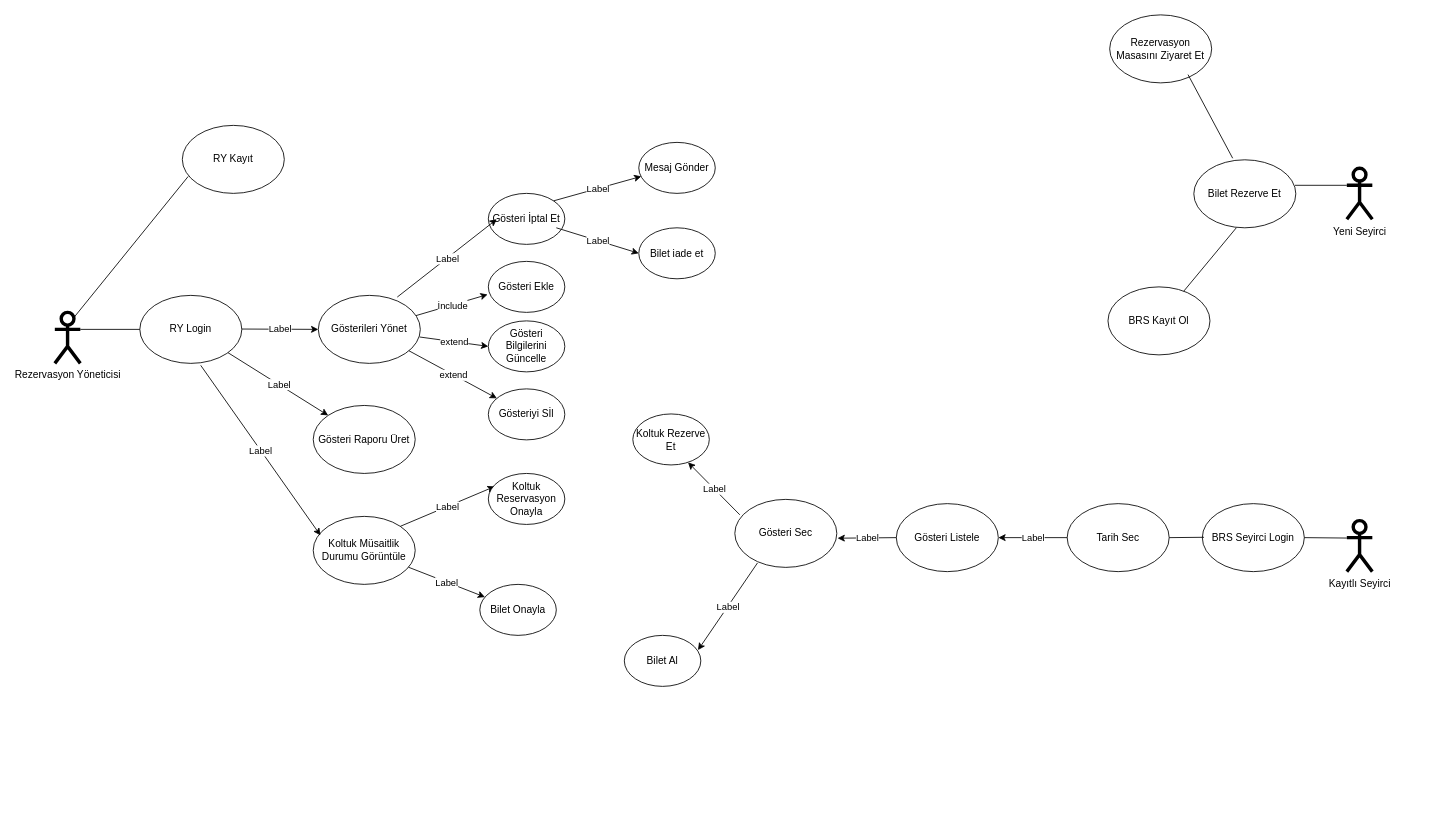
Before: TBS USE_CASE_DIAGRAM.drawio in hhasanguclu/use_case_diagram, a draw.io diagram. Source tidied: cells renumbered, new cells numbered last; positions are measured from the earlier drawing's top-left corner, leaving out a move shared by most shapes. Both pictures are drawn from the tidied source at 85%, with x=0, y=0 at pixel (54, 14).
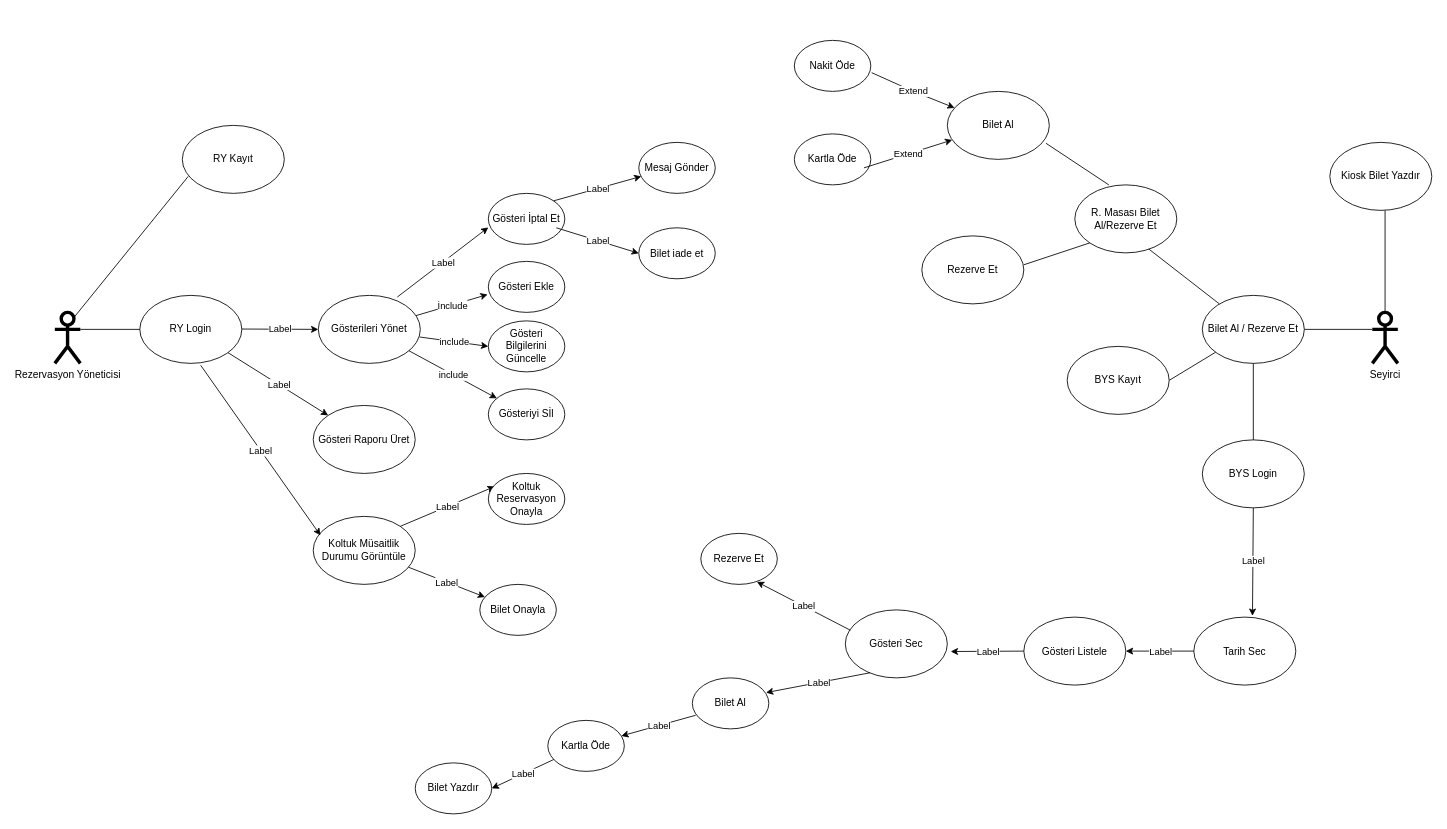
The same page after the edit.

The change refers to these unchanged cells:
```xml
<mxCell id="6" value="Gösterileri Yönet" style="ellipse;whiteSpace=wrap;html=1;" parent="1" vertex="1">
  <mxGeometry x="310" y="330" width="120" height="80" as="geometry" />
</mxCell>
<mxCell id="13" style="endArrow=classic;html=1;" parent="1" edge="1" source="6" target="9">
  <mxGeometry relative="1" as="geometry" />
</mxCell>
<mxCell id="15" style="endArrow=classic;html=1;entryX=0;entryY=0.5;entryDx=0;entryDy=0;exitX=0.993;exitY=0.612;exitDx=0;exitDy=0;exitPerimeter=0;" parent="1" edge="1" source="6" target="8">
  <mxGeometry relative="1" as="geometry" />
</mxCell>
```

What changed in the source:
```diff
@@
-    <mxCell id="14" value="extend" style="edgeLabel;html=1;align=center;verticalAlign=middle;" parent="13" vertex="1">
+    <mxCell id="14" value="include" style="edgeLabel;html=1;align=center;verticalAlign=middle;" parent="13" vertex="1">
       <mxGeometry relative="1" as="geometry" />
     </mxCell>
@@
-    <mxCell id="16" value="extend" style="edgeLabel;html=1;align=center;verticalAlign=middle;" parent="15" vertex="1">
+    <mxCell id="16" value="include" style="edgeLabel;html=1;align=center;verticalAlign=middle;" parent="15" vertex="1">
       <mxGeometry relative="1" as="geometry" />
     </mxCell>
@@
-    <mxCell id="21" value="Yeni Seyirci" style="shape=umlActor;verticalLabelPosition=bottom;verticalAlign=top;html=1;outlineConnect=0;strokeWidth=4;" parent="1" vertex="1">
-      <mxGeometry x="1520" y="180.5" width="30" height="60" as="geometry" />
+    <mxCell id="21" value="Seyirci" style="shape=umlActor;verticalLabelPosition=bottom;verticalAlign=top;html=1;outlineConnect=0;strokeWidth=4;" parent="1" vertex="1">
+      <mxGeometry x="1550" y="350" width="30" height="60" as="geometry" />
     </mxCell>
@@
-    <mxCell id="32" value="Bilet Rezerve Et" style="ellipse;whiteSpace=wrap;html=1;" parent="1" vertex="1">
-      <mxGeometry x="1340" y="170.5" width="120" height="80" as="geometry" />
-    </mxCell>
-    <mxCell id="33" style="endArrow=none;html=1;exitX=0.992;exitY=0.375;exitDx=0;exitDy=0;exitPerimeter=0;" parent="1" edge="1" source="32">
-      <mxGeometry relative="1" as="geometry">
-        <mxPoint x="1520" y="200.5" as="targetPoint" />
-      </mxGeometry>
-    </mxCell>
-    <mxCell id="34" value="Rezervasyon Masasını Ziyaret Et" style="ellipse;whiteSpace=wrap;html=1;" parent="1" vertex="1">
-      <mxGeometry x="1241" width="120" height="80" as="geometry" />
-    </mxCell>
-    <mxCell id="35" value="BRS Kayıt Ol" style="ellipse;whiteSpace=wrap;html=1;" parent="1" vertex="1">
-      <mxGeometry x="1239" y="320" width="120" height="80" as="geometry" />
-    </mxCell>
-    <mxCell id="36" style="endArrow=none;html=1;entryX=0.381;entryY=-0.023;entryDx=0;entryDy=0;entryPerimeter=0;exitX=0.943;exitY=0.748;exitDx=0;exitDy=0;exitPerimeter=0;" parent="1" edge="1" target="32">
-      <mxGeometry relative="1" as="geometry">
-        <mxPoint x="1333.2" y="70.3" as="sourcePoint" />
-      </mxGeometry>
-    </mxCell>
-    <mxCell id="37" style="endArrow=none;html=1;" parent="1" edge="1" source="35">
-      <mxGeometry relative="1" as="geometry">
-        <mxPoint x="1390" y="250.5" as="targetPoint" />
-      </mxGeometry>
-    </mxCell>
-    <mxCell id="38" value="Kayıtlı Seyirci" style="shape=umlActor;verticalLabelPosition=bottom;verticalAlign=top;html=1;strokeWidth=4;" parent="1" vertex="1">
-      <mxGeometry x="1520" y="595" width="30" height="60" as="geometry" />
-    </mxCell>
-    <mxCell id="39" value="BRS Seyirci Login" style="ellipse;whiteSpace=wrap;html=1;" parent="1" vertex="1">
-      <mxGeometry x="1350" y="575" width="120" height="80" as="geometry" />
-    </mxCell>
-    <mxCell id="40" style="endArrow=none;html=1;exitX=1;exitY=0.5;exitDx=0;exitDy=0;" parent="1" edge="1">
-      <mxGeometry relative="1" as="geometry">
-        <mxPoint x="1470" y="615" as="sourcePoint" />
-        <mxPoint x="1520" y="615.5" as="targetPoint" />
-      </mxGeometry>
-    </mxCell>
     <mxCell id="41" value="Gösteri Sec" style="ellipse;whiteSpace=wrap;html=1;" parent="1" vertex="1">
-      <mxGeometry x="800" y="570" width="120" height="80" as="geometry" />
+      <mxGeometry x="930" y="700" width="120" height="80" as="geometry" />
     </mxCell>
-    <mxCell id="42" value="Koltuk Rezerve Et" style="ellipse;whiteSpace=wrap;html=1;" parent="1" vertex="1">
-      <mxGeometry x="680" y="469.5" width="90" height="60" as="geometry" />
+    <mxCell id="42" value="Rezerve Et" style="ellipse;whiteSpace=wrap;html=1;" parent="1" vertex="1">
+      <mxGeometry x="760" y="610" width="90" height="60" as="geometry" />
     </mxCell>
     <mxCell id="43" value="Bilet Al" style="ellipse;whiteSpace=wrap;html=1;" parent="1" vertex="1">
-      <mxGeometry x="670" y="730" width="90" height="60" as="geometry" />
+      <mxGeometry x="750" y="780" width="90" height="60" as="geometry" />
     </mxCell>
     <mxCell id="44" value="Tarih Sec" style="ellipse;whiteSpace=wrap;html=1;" parent="1" vertex="1">
-      <mxGeometry x="1191" y="575" width="120" height="80" as="geometry" />
+      <mxGeometry x="1340" y="708.5" width="120" height="80" as="geometry" />
     </mxCell>
     <mxCell id="45" value="Gösteri Listele" style="ellipse;whiteSpace=wrap;html=1;" parent="1" vertex="1">
-      <mxGeometry x="990" y="575" width="120" height="80" as="geometry" />
+      <mxGeometry x="1140" y="708.5" width="120" height="80" as="geometry" />
     </mxCell>
-    <mxCell id="46" style="endArrow=none;html=1;exitX=1;exitY=0.5;exitDx=0;exitDy=0;" parent="1" edge="1" source="44">
-      <mxGeometry relative="1" as="geometry">
-        <mxPoint x="1352" y="614.6" as="targetPoint" />
-      </mxGeometry>
-    </mxCell>
@@
-    <mxCell id="49" style="endArrow=classic;html=1;exitX=0;exitY=0.5;exitDx=0;exitDy=0;entryX=1.007;entryY=0.571;entryDx=0;entryDy=0;entryPerimeter=0;" parent="1" edge="1" source="45" target="41">
-      <mxGeometry relative="1" as="geometry" />
+    <mxCell id="49" style="endArrow=classic;html=1;exitX=0;exitY=0.5;exitDx=0;exitDy=0;" parent="1" edge="1" source="45">
+      <mxGeometry relative="1" as="geometry">
+        <mxPoint x="1054" y="749" as="targetPoint" />
+      </mxGeometry>
     </mxCell>
@@
-    <mxCell id="51" style="endArrow=classic;html=1;exitX=0.049;exitY=0.227;exitDx=0;exitDy=0;exitPerimeter=0;entryX=0.722;entryY=0.95;entryDx=0;entryDy=0;entryPerimeter=0;" parent="1" edge="1" source="41" target="42">
+    <mxCell id="51" style="endArrow=classic;html=1;exitX=0.05;exitY=0.3;exitDx=0;exitDy=0;exitPerimeter=0;entryX=0.733;entryY=0.95;entryDx=0;entryDy=0;entryPerimeter=0;" parent="1" edge="1" source="41" target="42">
       <mxGeometry relative="1" as="geometry" />
     </mxCell>
@@
-    <mxCell id="53" style="endArrow=classic;html=1;exitX=0.222;exitY=0.935;exitDx=0;exitDy=0;exitPerimeter=0;entryX=0.963;entryY=0.289;entryDx=0;entryDy=0;entryPerimeter=0;" parent="1" edge="1" source="41" target="43">
+    <mxCell id="53" style="endArrow=classic;html=1;exitX=0.242;exitY=0.925;exitDx=0;exitDy=0;exitPerimeter=0;entryX=0.963;entryY=0.289;entryDx=0;entryDy=0;entryPerimeter=0;" parent="1" edge="1" source="41" target="43">
       <mxGeometry relative="1" as="geometry" />
     </mxCell>
@@
-    <mxCell id="58" style="endArrow=classic;html=1;entryX=0;entryY=0.5;entryDx=0;entryDy=0;exitX=0.774;exitY=0.025;exitDx=0;exitDy=0;exitPerimeter=0;" parent="1" edge="1" source="6">
+    <mxCell id="58" style="endArrow=classic;html=1;exitX=0.774;exitY=0.025;exitDx=0;exitDy=0;exitPerimeter=0;" parent="1" edge="1" source="6">
       <mxGeometry relative="1" as="geometry">
-        <mxPoint x="520" y="240.4" as="targetPoint" />
+        <mxPoint x="510" y="250" as="targetPoint" />
       </mxGeometry>
     </mxCell>
@@
+    <mxCell id="64" style="endArrow=none;html=1;" parent="1" edge="1">
+      <mxGeometry relative="1" as="geometry">
+        <mxPoint x="1460" y="370" as="sourcePoint" />
+        <mxPoint x="1550" y="370" as="targetPoint" />
+      </mxGeometry>
+    </mxCell>
+    <mxCell id="65" value="Bilet Al / Rezerve Et" style="ellipse;whiteSpace=wrap;html=1;" parent="1" vertex="1">
+      <mxGeometry x="1350" y="330" width="120" height="80" as="geometry" />
+    </mxCell>
+    <mxCell id="66" style="endArrow=none;html=1;" parent="1" edge="1">
+      <mxGeometry relative="1" as="geometry">
+        <mxPoint x="1280" y="270" as="sourcePoint" />
+        <mxPoint x="1370" y="340" as="targetPoint" />
+      </mxGeometry>
+    </mxCell>
+    <mxCell id="67" style="endArrow=none;html=1;exitX=0.967;exitY=0.763;exitDx=0;exitDy=0;exitPerimeter=0;" parent="1" edge="1" source="72">
+      <mxGeometry relative="1" as="geometry">
+        <mxPoint x="1240" y="200" as="targetPoint" />
+      </mxGeometry>
+    </mxCell>
+    <mxCell id="68" style="endArrow=none;html=1;exitX=1;exitY=0.5;exitDx=0;exitDy=0;" parent="1" edge="1" source="75" target="65">
+      <mxGeometry relative="1" as="geometry" />
+    </mxCell>
+    <mxCell id="69" value="R. Masası Bilet Al/Rezerve Et" style="ellipse;whiteSpace=wrap;html=1;" parent="1" vertex="1">
+      <mxGeometry x="1200" y="200" width="120" height="80" as="geometry" />
+    </mxCell>
+    <mxCell id="70" style="endArrow=none;html=1;entryX=0;entryY=1;entryDx=0;entryDy=0;exitX=1;exitY=0.425;exitDx=0;exitDy=0;exitPerimeter=0;" parent="1" edge="1" source="71" target="69">
+      <mxGeometry relative="1" as="geometry" />
+    </mxCell>
+    <mxCell id="71" value="Rezerve Et" style="ellipse;whiteSpace=wrap;html=1;" parent="1" vertex="1">
+      <mxGeometry x="1020" y="260" width="120" height="80" as="geometry" />
+    </mxCell>
+    <mxCell id="72" value="Bilet Al" style="ellipse;whiteSpace=wrap;html=1;" parent="1" vertex="1">
+      <mxGeometry x="1050" y="90" width="120" height="80" as="geometry" />
+    </mxCell>
+    <mxCell id="73" value="Nakit Öde" style="ellipse;whiteSpace=wrap;html=1;" parent="1" vertex="1">
+      <mxGeometry x="870" y="30" width="90" height="60" as="geometry" />
+    </mxCell>
+    <mxCell id="74" value="Kartla Öde" style="ellipse;whiteSpace=wrap;html=1;" parent="1" vertex="1">
+      <mxGeometry x="870" y="140" width="90" height="60" as="geometry" />
+    </mxCell>
+    <mxCell id="75" value="BYS Kayıt" style="ellipse;whiteSpace=wrap;html=1;" parent="1" vertex="1">
+      <mxGeometry x="1191" y="390" width="120" height="80" as="geometry" />
+    </mxCell>
+    <mxCell id="76" value="BYS Login" style="ellipse;whiteSpace=wrap;html=1;" parent="1" vertex="1">
+      <mxGeometry x="1350" y="500" width="120" height="80" as="geometry" />
+    </mxCell>
+    <mxCell id="77" style="endArrow=none;html=1;entryX=0.5;entryY=1;entryDx=0;entryDy=0;" parent="1" edge="1" source="76" target="65">
+      <mxGeometry relative="1" as="geometry" />
+    </mxCell>
+    <mxCell id="78" style="endArrow=classic;html=1;exitX=0.5;exitY=1;exitDx=0;exitDy=0;entryX=0.575;entryY=-0.019;entryDx=0;entryDy=0;entryPerimeter=0;" parent="1" edge="1" source="76" target="44">
+      <mxGeometry relative="1" as="geometry" />
+    </mxCell>
+    <mxCell id="79" value="Label" style="edgeLabel;html=1;align=center;verticalAlign=middle;" parent="78" vertex="1">
+      <mxGeometry relative="1" as="geometry" />
+    </mxCell>
+    <mxCell id="80" style="endArrow=classic;html=1;exitX=1.011;exitY=0.633;exitDx=0;exitDy=0;exitPerimeter=0;" parent="1" edge="1" source="73" target="72">
+      <mxGeometry relative="1" as="geometry">
+        <Array as="points">
+          <mxPoint x="1010" y="90" />
+        </Array>
+      </mxGeometry>
+    </mxCell>
+    <mxCell id="81" value="Extend" style="edgeLabel;html=1;align=center;verticalAlign=middle;" parent="80" vertex="1">
+      <mxGeometry relative="1" as="geometry" />
+    </mxCell>
+    <mxCell id="82" style="endArrow=classic;html=1;exitX=1.011;exitY=0.633;exitDx=0;exitDy=0;exitPerimeter=0;" parent="1" edge="1" target="72">
+      <mxGeometry relative="1" as="geometry">
+        <mxPoint x="951.9" y="180" as="sourcePoint" />
+      </mxGeometry>
+    </mxCell>
+    <mxCell id="83" value="Extend" style="edgeLabel;html=1;align=center;verticalAlign=middle;" parent="82" vertex="1">
+      <mxGeometry relative="1" as="geometry" />
+    </mxCell>
+    <mxCell id="84" value="Kartla Öde" style="ellipse;whiteSpace=wrap;html=1;" parent="1" vertex="1">
+      <mxGeometry x="580" y="830" width="90" height="60" as="geometry" />
+    </mxCell>
+    <mxCell id="85" style="endArrow=classic;html=1;exitX=0.044;exitY=0.733;exitDx=0;exitDy=0;exitPerimeter=0;" parent="1" edge="1" source="43" target="84">
+      <mxGeometry relative="1" as="geometry" />
+    </mxCell>
+    <mxCell id="86" value="Label" style="edgeLabel;html=1;align=center;verticalAlign=middle;" parent="85" vertex="1">
+      <mxGeometry relative="1" as="geometry" />
+    </mxCell>
+    <mxCell id="87" value="Bilet Yazdır" style="ellipse;whiteSpace=wrap;html=1;" parent="1" vertex="1">
+      <mxGeometry x="424" y="880" width="90" height="60" as="geometry" />
+    </mxCell>
+    <mxCell id="88" style="endArrow=classic;html=1;exitX=0.078;exitY=0.767;exitDx=0;exitDy=0;exitPerimeter=0;entryX=1;entryY=0.5;entryDx=0;entryDy=0;" parent="1" edge="1" source="84" target="87">
+      <mxGeometry relative="1" as="geometry" />
+    </mxCell>
+    <mxCell id="89" value="Label" style="edgeLabel;html=1;align=center;verticalAlign=middle;" parent="88" vertex="1">
+      <mxGeometry relative="1" as="geometry" />
+    </mxCell>
+    <mxCell id="90" style="endArrow=none;html=1;exitX=0.5;exitY=0;exitDx=0;exitDy=0;exitPerimeter=0;" parent="1" edge="1" source="21">
+      <mxGeometry relative="1" as="geometry">
+        <mxPoint x="1565" y="230" as="targetPoint" />
+      </mxGeometry>
+    </mxCell>
+    <mxCell id="91" value="Kiosk Bilet Yazdır" style="ellipse;whiteSpace=wrap;html=1;" parent="1" vertex="1">
+      <mxGeometry x="1500" y="150" width="120" height="80" as="geometry" />
+    </mxCell>
```
